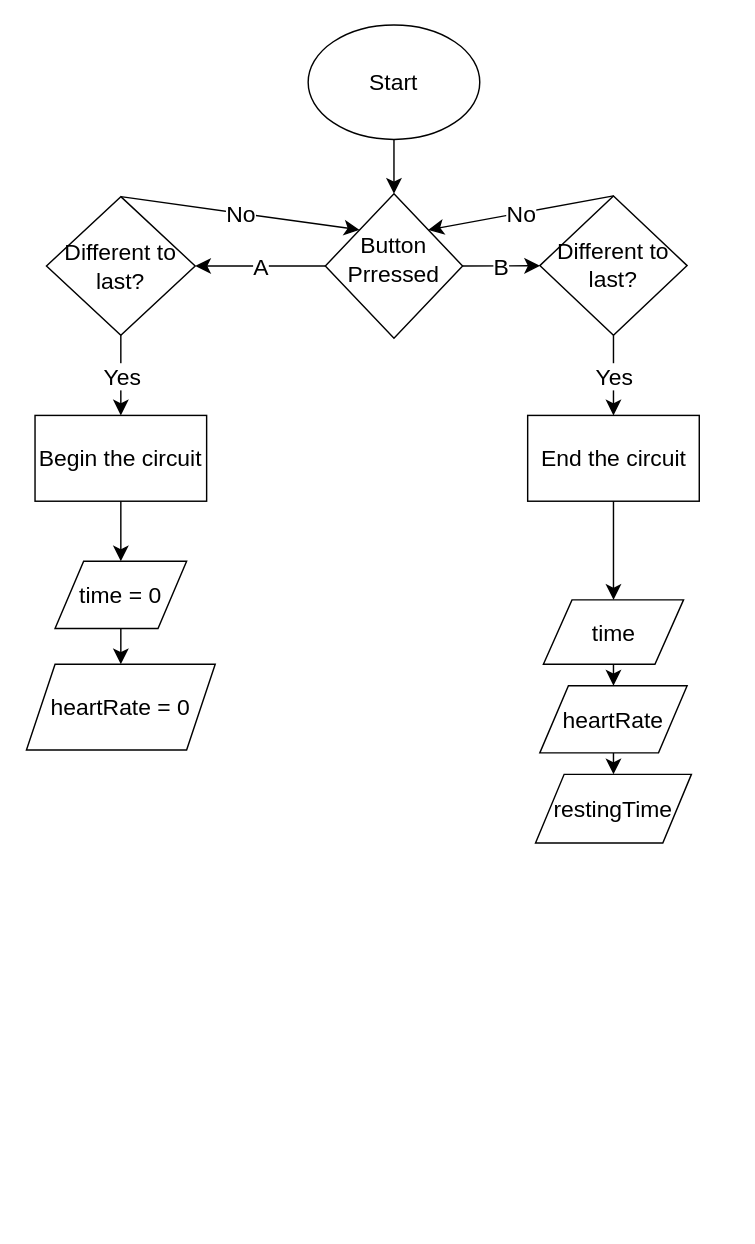
This is Untitled Diagram.drawio from CharlieF14/flynns-website, a draw.io file, before an edit. Source tidied: cells renumbered, new cells numbered last; positions are measured from the earlier drawing's top-left corner, leaving out a move shared by most shapes. Both pictures are drawn from the tidied source at 143%, with x=0, y=0 at pixel (26, 24).
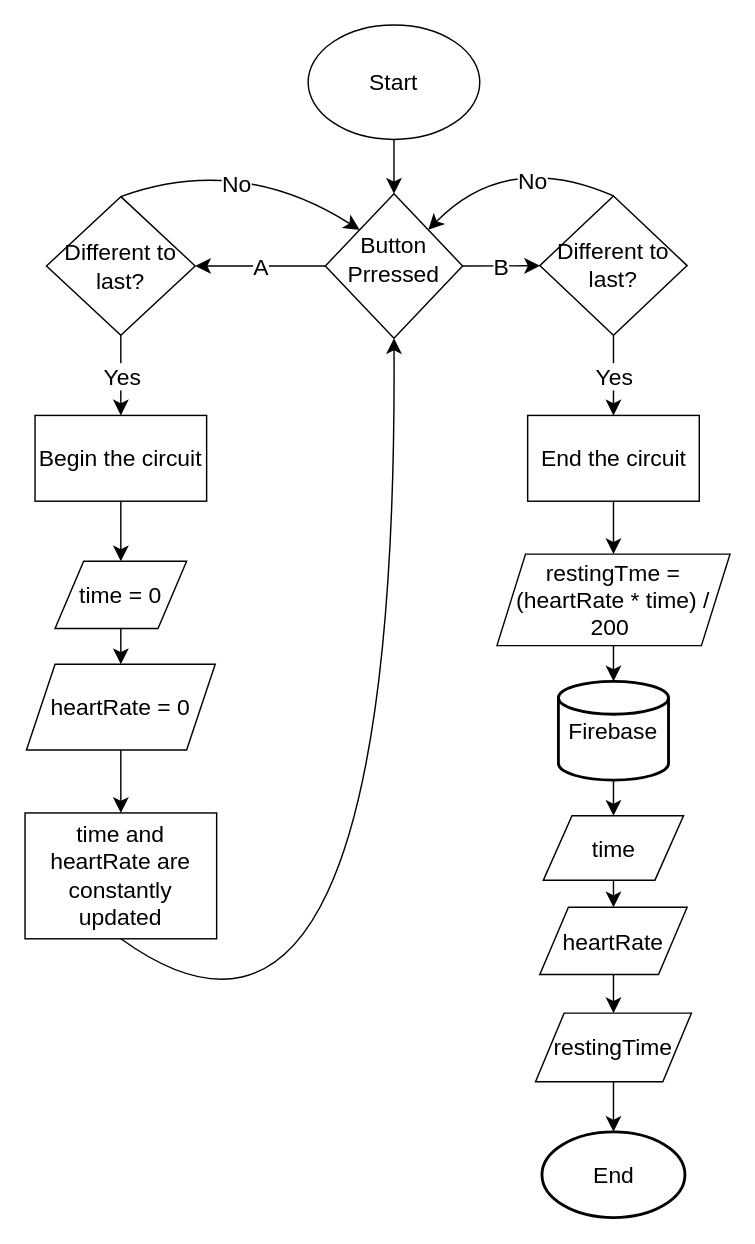
The same diagram, later.

Commit message:
Design Flowchart Updated

The change refers to these unchanged cells:
```xml
<mxCell id="5" style="rhombus;whiteSpace=wrap;html=1;fontSize=16;" parent="1" vertex="1">
  <mxGeometry x="209" y="118" width="96" height="101" as="geometry" />
</mxCell>
<mxCell id="13" value="Different to last?" style="rhombus;whiteSpace=wrap;html=1;fontSize=16;" parent="1" vertex="1">
  <mxGeometry x="14" y="120" width="104" height="97" as="geometry" />
</mxCell>
<mxCell id="18" value="Different to last?" style="rhombus;whiteSpace=wrap;html=1;fontSize=16;" parent="1" vertex="1">
  <mxGeometry x="359" y="119.5" width="103" height="97.5" as="geometry" />
</mxCell>
<mxCell id="23" value="End the circuit" style="rounded=0;whiteSpace=wrap;html=1;fontSize=16;" parent="1" vertex="1">
  <mxGeometry x="350.5" y="273" width="120" height="60" as="geometry" />
</mxCell>
<mxCell id="33" value="heartRate = 0" style="shape=parallelogram;perimeter=parallelogramPerimeter;whiteSpace=wrap;html=1;fixedSize=1;fontSize=16;" parent="1" vertex="1">
  <mxGeometry y="447" width="132" height="60" as="geometry" />
</mxCell>
```

Change to the diagram source:
```diff
@@
+    <mxCell id="16" style="edgeStyle=none;curved=1;rounded=0;jettySize=auto;html=1;exitX=0.5;exitY=0;exitDx=0;exitDy=0;entryX=0;entryY=0;entryDx=0;entryDy=0;fontSize=12;startSize=8;endSize=8;" parent="1" edge="1" source="13" target="5">
+      <mxGeometry relative="1" as="geometry">
+        <Array as="points">
+          <mxPoint x="149" y="90" />
+        </Array>
+      </mxGeometry>
+    </mxCell>
+    <mxCell id="34" value="No" style="edgeLabel;html=1;align=center;verticalAlign=middle;fontSize=16;" parent="16" vertex="1">
+      <mxGeometry x="-0.16" y="-18" relative="1" as="geometry" />
+    </mxCell>
@@
-    <mxCell id="16" style="endArrow=classic;html=1;rounded=0;fontSize=12;startSize=8;endSize=8;curved=1;entryX=0;entryY=0;entryDx=0;entryDy=0;exitX=0.5;exitY=0;exitDx=0;exitDy=0;" parent="1" edge="1" source="13" target="5">
-      <mxGeometry relative="1" as="geometry" />
-    </mxCell>
-    <mxCell id="17" value="No" style="edgeLabel;html=1;align=center;verticalAlign=middle;fontSize=16;" parent="16" vertex="1">
-      <mxGeometry relative="1" as="geometry" />
-    </mxCell>
+    <mxCell id="19" style="edgeStyle=none;curved=1;rounded=0;jettySize=auto;html=1;exitX=0.5;exitY=0;exitDx=0;exitDy=0;entryX=1;entryY=0;entryDx=0;entryDy=0;fontSize=12;startSize=8;endSize=8;" parent="1" edge="1" source="18" target="5">
+      <mxGeometry relative="1" as="geometry">
+        <Array as="points">
+          <mxPoint x="336" y="87" />
+        </Array>
+      </mxGeometry>
+    </mxCell>
+    <mxCell id="35" value="No" style="edgeLabel;html=1;align=center;verticalAlign=middle;fontSize=16;" parent="19" vertex="1">
+      <mxGeometry x="-0.29" y="13" relative="1" as="geometry" />
+    </mxCell>
@@
-    <mxCell id="19" style="endArrow=classic;html=1;rounded=0;fontSize=12;startSize=8;endSize=8;curved=1;entryX=1;entryY=0;entryDx=0;entryDy=0;exitX=0.5;exitY=0;exitDx=0;exitDy=0;" parent="1" edge="1" source="18" target="5">
-      <mxGeometry relative="1" as="geometry" />
-    </mxCell>
-    <mxCell id="20" value="No" style="edgeLabel;html=1;align=center;verticalAlign=middle;fontSize=16;" parent="19" vertex="1">
-      <mxGeometry relative="1" as="geometry" />
-    </mxCell>
@@
     <mxCell id="28" value="time" style="shape=parallelogram;perimeter=parallelogramPerimeter;whiteSpace=wrap;html=1;fixedSize=1;fontSize=16;" parent="1" vertex="1">
-      <mxGeometry x="361.5" y="402" width="98" height="45" as="geometry" />
+      <mxGeometry x="361.5" y="553" width="98" height="45" as="geometry" />
     </mxCell>
@@
     <mxCell id="30" value="heartRate" style="shape=parallelogram;perimeter=parallelogramPerimeter;whiteSpace=wrap;html=1;fixedSize=1;fontSize=16;" parent="1" vertex="1">
-      <mxGeometry x="359" y="462" width="103" height="47" as="geometry" />
+      <mxGeometry x="359" y="617" width="103" height="47" as="geometry" />
     </mxCell>
     <mxCell id="31" value="restingTime" style="shape=parallelogram;perimeter=parallelogramPerimeter;whiteSpace=wrap;html=1;fixedSize=1;fontSize=16;" parent="1" vertex="1">
-      <mxGeometry x="356" y="524" width="109" height="48" as="geometry" />
+      <mxGeometry x="356" y="691" width="109" height="48" as="geometry" />
     </mxCell>
-    <mxCell id="32" style="endArrow=classic;html=1;rounded=0;fontSize=12;startSize=8;endSize=8;curved=1;exitX=0.5;exitY=1;exitDx=0;exitDy=0;entryX=0.5;entryY=0;entryDx=0;entryDy=0;" parent="1" edge="1" source="23" target="28">
+    <mxCell id="32" style="endArrow=classic;html=1;rounded=0;fontSize=12;startSize=8;endSize=8;curved=1;exitX=0.5;exitY=1;exitDx=0;exitDy=0;entryX=0.5;entryY=0;entryDx=0;entryDy=0;" parent="1" edge="1" source="23" target="42">
       <mxGeometry relative="1" as="geometry" />
     </mxCell>
+    <mxCell id="36" style="edgeStyle=none;curved=1;rounded=0;jettySize=auto;html=1;exitX=0.5;exitY=1;exitDx=0;exitDy=0;entryX=0.5;entryY=0;entryDx=0;entryDy=0;fontSize=12;startSize=8;endSize=8;" parent="1" edge="1" source="33" target="40">
+      <mxGeometry relative="1" as="geometry" />
+    </mxCell>
@@
+    <mxCell id="37" value="End" style="strokeWidth=2;html=1;shape=mxgraph.flowchart.start_1;whiteSpace=wrap;fontSize=16;" parent="1" vertex="1">
+      <mxGeometry x="360.5" y="774" width="100" height="60" as="geometry" />
+    </mxCell>
+    <mxCell id="38" style="edgeStyle=none;curved=1;rounded=0;jettySize=auto;html=1;exitX=0.5;exitY=1;exitDx=0;exitDy=0;entryX=0.5;entryY=0;entryDx=0;entryDy=0;entryPerimeter=0;fontSize=12;startSize=8;endSize=8;" parent="1" edge="1" source="31" target="37">
+      <mxGeometry relative="1" as="geometry" />
+    </mxCell>
+    <mxCell id="39" style="edgeStyle=none;curved=1;rounded=0;jettySize=auto;html=1;exitX=0.5;exitY=1;exitDx=0;exitDy=0;entryX=0.5;entryY=1;entryDx=0;entryDy=0;fontSize=12;startSize=8;endSize=8;" parent="1" edge="1" source="40" target="5">
+      <mxGeometry relative="1" as="geometry">
+        <Array as="points">
+          <mxPoint x="260" y="779" />
+        </Array>
+      </mxGeometry>
+    </mxCell>
+    <mxCell id="40" value="time and heartRate are constantly updated" style="rounded=0;whiteSpace=wrap;html=1;fontSize=16;" parent="1" vertex="1">
+      <mxGeometry x="-1" y="551" width="134" height="88" as="geometry" />
+    </mxCell>
+    <mxCell id="41" style="edgeStyle=none;curved=1;rounded=0;jettySize=auto;html=1;exitX=0.5;exitY=1;exitDx=0;exitDy=0;fontSize=12;startSize=8;endSize=8;entryX=0.5;entryY=0;entryDx=0;entryDy=0;entryPerimeter=0;" parent="1" edge="1" source="42" target="44">
+      <mxGeometry relative="1" as="geometry" />
+    </mxCell>
+    <mxCell id="42" value="restingTme = (heartRate * time) / 200&amp;nbsp;" style="shape=parallelogram;perimeter=parallelogramPerimeter;whiteSpace=wrap;html=1;fixedSize=1;fontSize=16;" parent="1" vertex="1">
+      <mxGeometry x="329" y="370" width="163" height="64" as="geometry" />
+    </mxCell>
+    <mxCell id="43" style="edgeStyle=none;curved=1;rounded=0;jettySize=auto;html=1;exitX=0.5;exitY=1;exitDx=0;exitDy=0;exitPerimeter=0;entryX=0.5;entryY=0;entryDx=0;entryDy=0;fontSize=12;startSize=8;endSize=8;" parent="1" edge="1" source="44" target="28">
+      <mxGeometry relative="1" as="geometry" />
+    </mxCell>
+    <mxCell id="44" value="Firebase" style="strokeWidth=2;html=1;shape=mxgraph.flowchart.database;whiteSpace=wrap;fontSize=16;" parent="1" vertex="1">
+      <mxGeometry x="372" y="459" width="77" height="69" as="geometry" />
+    </mxCell>
```
